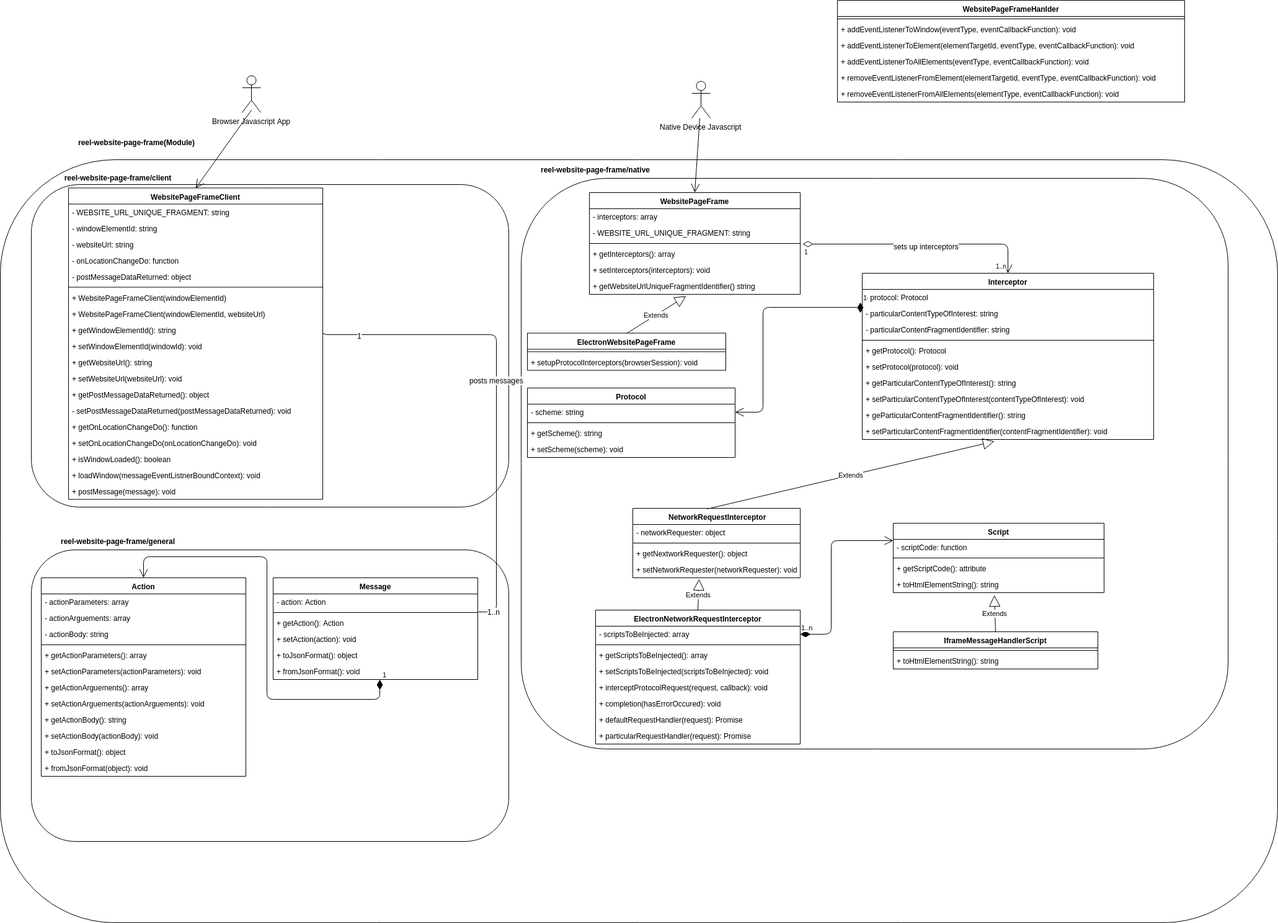
Earlier version of the draw.io export design-documents/WebsitePageFrameDesignDiagram.png (RyanMolyneux/WebsitePageFrame). Source tidied: cells renumbered, new cells last; positions are measured from the earlier drawing's top-left corner, leaving out a move shared by most shapes.
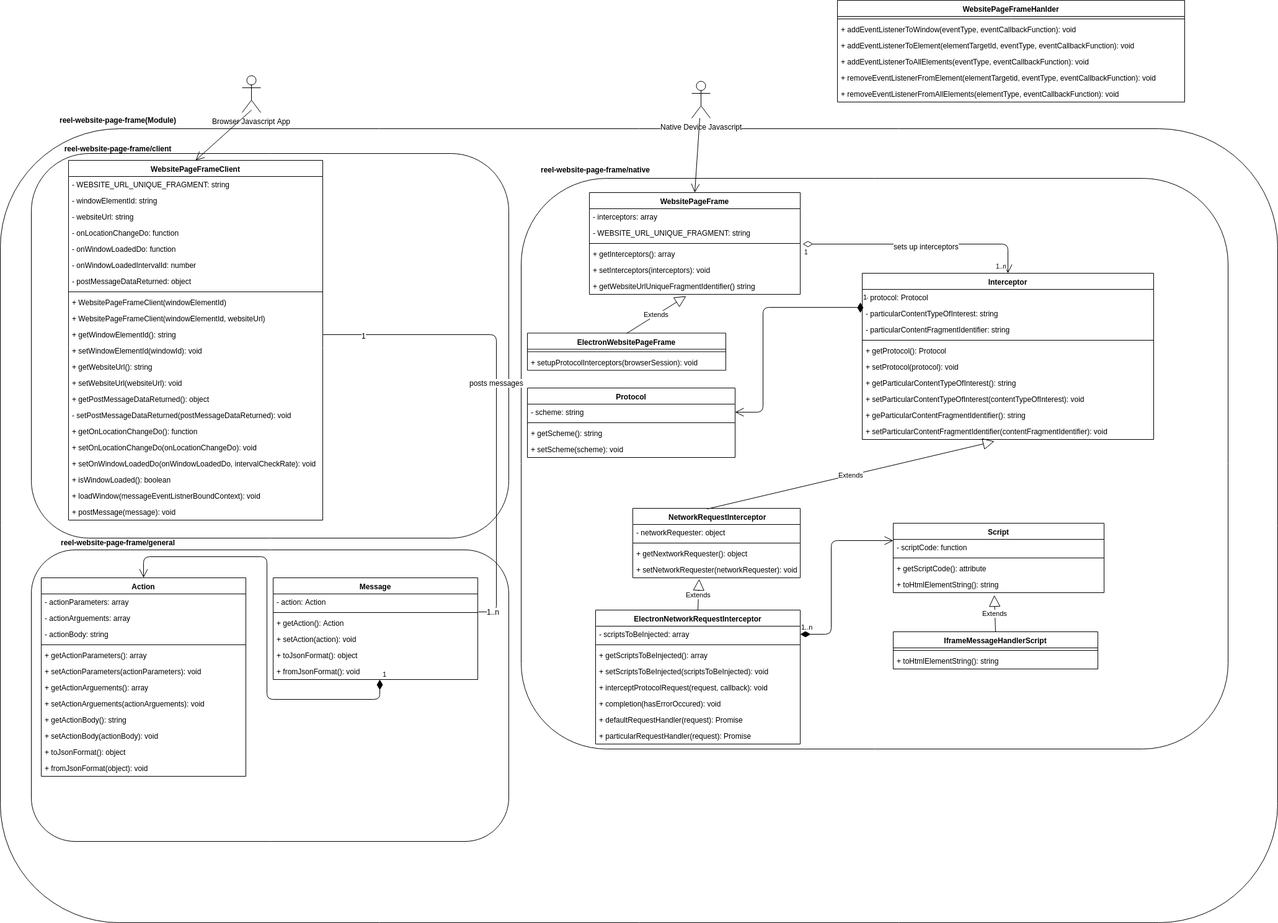
Above is the later version.

Change to the diagram source:
```diff
@@ -3,7 +3,7 @@
     <mxCell id="0" />
     <mxCell id="1" parent="0" />
     <mxCell id="2" style="rounded=1;whiteSpace=wrap;html=1;" parent="1" vertex="1">
-      <mxGeometry y="257" width="2060" height="1230" as="geometry" />
+      <mxGeometry y="207" width="2060" height="1280" as="geometry" />
     </mxCell>
     <mxCell id="3" style="rounded=1;whiteSpace=wrap;html=1;" parent="1" vertex="1">
       <mxGeometry x="50" y="886" width="770" height="470" as="geometry" />
@@ -12,10 +12,10 @@
       <mxGeometry x="840" y="287" width="1140" height="920" as="geometry" />
     </mxCell>
     <mxCell id="5" style="rounded=1;whiteSpace=wrap;html=1;" parent="1" vertex="1">
-      <mxGeometry x="50" y="297" width="770" height="520" as="geometry" />
+      <mxGeometry x="50" y="247" width="770" height="620" as="geometry" />
     </mxCell>
     <mxCell id="6" value="WebsitePageFrameClient" style="swimlane;fontStyle=1;align=center;verticalAlign=top;horizontal=1;startSize=26;" parent="1" vertex="1">
-      <mxGeometry x="110" y="302.5" width="410" height="502" as="geometry" />
+      <mxGeometry x="110" y="258" width="410" height="580" as="geometry" />
     </mxCell>
     <mxCell id="7" value="- WEBSITE_URL_UNIQUE_FRAGMENT: string" style="text;strokeColor=none;fillColor=none;align=left;verticalAlign=top;spacingLeft=4;spacingRight=4;overflow=hidden;" parent="6" vertex="1">
       <mxGeometry y="26" width="410" height="26" as="geometry" />
@@ -29,50 +29,59 @@
     <mxCell id="10" value="- onLocationChangeDo: function" style="text;strokeColor=none;fillColor=none;align=left;verticalAlign=top;spacingLeft=4;spacingRight=4;overflow=hidden;" parent="6" vertex="1">
       <mxGeometry y="104" width="410" height="26" as="geometry" />
     </mxCell>
+    <mxCell id="124" value="- onWindowLoadedDo: function" style="text;strokeColor=none;fillColor=none;align=left;verticalAlign=top;spacingLeft=4;spacingRight=4;overflow=hidden;" parent="6" vertex="1">
+      <mxGeometry y="130" width="410" height="26" as="geometry" />
+    </mxCell>
+    <mxCell id="125" value="- onWindowLoadedIntervalId: number" style="text;strokeColor=none;fillColor=none;align=left;verticalAlign=top;spacingLeft=4;spacingRight=4;overflow=hidden;" parent="6" vertex="1">
+      <mxGeometry y="156" width="410" height="26" as="geometry" />
+    </mxCell>
     <mxCell id="11" value="- postMessageDataReturned: object" style="text;strokeColor=none;fillColor=none;align=left;verticalAlign=top;spacingLeft=4;spacingRight=4;overflow=hidden;" parent="6" vertex="1">
-      <mxGeometry y="130" width="410" height="26" as="geometry" />
+      <mxGeometry y="182" width="410" height="26" as="geometry" />
     </mxCell>
     <mxCell id="12" style="line;strokeWidth=1;fillColor=none;align=left;verticalAlign=middle;spacingTop=-1;spacingLeft=3;spacingRight=3;labelPosition=right;" parent="6" vertex="1">
-      <mxGeometry y="156" width="410" height="8" as="geometry" />
+      <mxGeometry y="208" width="410" height="8" as="geometry" />
     </mxCell>
     <mxCell id="13" value="+ WebsitePageFrameClient(windowElementId)" style="text;strokeColor=none;fillColor=none;align=left;verticalAlign=top;spacingLeft=4;spacingRight=4;overflow=hidden;" parent="6" vertex="1">
-      <mxGeometry y="164" width="410" height="26" as="geometry" />
+      <mxGeometry y="216" width="410" height="26" as="geometry" />
     </mxCell>
     <mxCell id="14" value="+ WebsitePageFrameClient(windowElementId, websiteUrl)" style="text;strokeColor=none;fillColor=none;align=left;verticalAlign=top;spacingLeft=4;spacingRight=4;overflow=hidden;" parent="6" vertex="1">
-      <mxGeometry y="190" width="410" height="26" as="geometry" />
+      <mxGeometry y="242" width="410" height="26" as="geometry" />
     </mxCell>
     <mxCell id="15" value="+ getWindowElementId(): string" style="text;strokeColor=none;fillColor=none;align=left;verticalAlign=top;spacingLeft=4;spacingRight=4;overflow=hidden;points=[[0,0.5],[1,0.5]];portConstraint=eastwest;" parent="6" vertex="1">
-      <mxGeometry y="216" width="410" height="26" as="geometry" />
+      <mxGeometry y="268" width="410" height="26" as="geometry" />
     </mxCell>
     <mxCell id="16" value="+ setWindowElementId(windowId): void" style="text;strokeColor=none;fillColor=none;align=left;verticalAlign=top;spacingLeft=4;spacingRight=4;overflow=hidden;" parent="6" vertex="1">
-      <mxGeometry y="242" width="410" height="26" as="geometry" />
+      <mxGeometry y="294" width="410" height="26" as="geometry" />
     </mxCell>
     <mxCell id="17" value="+ getWebsiteUrl(): string" style="text;strokeColor=none;fillColor=none;align=left;verticalAlign=top;spacingLeft=4;spacingRight=4;overflow=hidden;" parent="6" vertex="1">
-      <mxGeometry y="268" width="410" height="26" as="geometry" />
+      <mxGeometry y="320" width="410" height="26" as="geometry" />
     </mxCell>
     <mxCell id="18" value="+ setWebsiteUrl(websiteUrl): void" style="text;strokeColor=none;fillColor=none;align=left;verticalAlign=top;spacingLeft=4;spacingRight=4;overflow=hidden;" parent="6" vertex="1">
-      <mxGeometry y="294" width="410" height="26" as="geometry" />
+      <mxGeometry y="346" width="410" height="26" as="geometry" />
     </mxCell>
     <mxCell id="19" value="+ getPostMessageDataReturned(): object" style="text;strokeColor=none;fillColor=none;align=left;verticalAlign=top;spacingLeft=4;spacingRight=4;overflow=hidden;" parent="6" vertex="1">
-      <mxGeometry y="320" width="410" height="26" as="geometry" />
+      <mxGeometry y="372" width="410" height="26" as="geometry" />
     </mxCell>
     <mxCell id="20" value="- setPostMessageDataReturned(postMessageDataReturned): void" style="text;strokeColor=none;fillColor=none;align=left;verticalAlign=top;spacingLeft=4;spacingRight=4;overflow=hidden;" parent="6" vertex="1">
-      <mxGeometry y="346" width="410" height="26" as="geometry" />
+      <mxGeometry y="398" width="410" height="26" as="geometry" />
     </mxCell>
     <mxCell id="21" value="+ getOnLocationChangeDo(): function" style="text;strokeColor=none;fillColor=none;align=left;verticalAlign=top;spacingLeft=4;spacingRight=4;overflow=hidden;" parent="6" vertex="1">
-      <mxGeometry y="372" width="410" height="26" as="geometry" />
+      <mxGeometry y="424" width="410" height="26" as="geometry" />
     </mxCell>
     <mxCell id="22" value="+ setOnLocationChangeDo(onLocationChangeDo): void" style="text;strokeColor=none;fillColor=none;align=left;verticalAlign=top;spacingLeft=4;spacingRight=4;overflow=hidden;" parent="6" vertex="1">
-      <mxGeometry y="398" width="410" height="26" as="geometry" />
+      <mxGeometry y="450" width="410" height="26" as="geometry" />
     </mxCell>
+    <mxCell id="126" value="+ setOnWindowLoadedDo(onWindowLoadedDo, intervalCheckRate): void" style="text;strokeColor=none;fillColor=none;align=left;verticalAlign=top;spacingLeft=4;spacingRight=4;overflow=hidden;" parent="6" vertex="1">
+      <mxGeometry y="476" width="410" height="26" as="geometry" />
+    </mxCell>
     <mxCell id="23" value="+ isWindowLoaded(): boolean" style="text;strokeColor=none;fillColor=none;align=left;verticalAlign=top;spacingLeft=4;spacingRight=4;overflow=hidden;" parent="6" vertex="1">
-      <mxGeometry y="424" width="410" height="26" as="geometry" />
+      <mxGeometry y="502" width="410" height="26" as="geometry" />
     </mxCell>
     <mxCell id="24" value="+ loadWindow(messageEventListnerBoundContext): void" style="text;strokeColor=none;fillColor=none;align=left;verticalAlign=top;spacingLeft=4;spacingRight=4;overflow=hidden;" parent="6" vertex="1">
-      <mxGeometry y="450" width="410" height="26" as="geometry" />
+      <mxGeometry y="528" width="410" height="26" as="geometry" />
     </mxCell>
     <mxCell id="25" value="+ postMessage(message): void" style="text;strokeColor=none;fillColor=none;align=left;verticalAlign=top;spacingLeft=4;spacingRight=4;overflow=hidden;" parent="6" vertex="1">
-      <mxGeometry y="476" width="410" height="26" as="geometry" />
+      <mxGeometry y="554" width="410" height="26" as="geometry" />
     </mxCell>
     <mxCell id="26" value="WebsitePageFrameHanlder" style="swimlane;fontStyle=1;align=center;verticalAlign=top;horizontal=1;startSize=26;" parent="1" vertex="1">
       <mxGeometry x="1350" width="560" height="164" as="geometry" />
@@ -386,13 +395,13 @@
       </mxGeometry>
     </mxCell>
     <mxCell id="119" value="reel-website-page-frame/general" style="text;align=center;fontStyle=1;verticalAlign=middle;spacingLeft=3;spacingRight=3;strokeColor=none;" parent="1" vertex="1">
-      <mxGeometry x="90" y="860" width="200" height="26" as="geometry" />
+      <mxGeometry x="90" y="862" width="200" height="26" as="geometry" />
     </mxCell>
     <mxCell id="120" value="reel-website-page-frame/client" style="text;align=center;fontStyle=1;verticalAlign=middle;spacingLeft=3;spacingRight=3;strokeColor=none;" parent="1" vertex="1">
-      <mxGeometry x="150" y="274" width="80" height="26" as="geometry" />
+      <mxGeometry x="150" y="227" width="80" height="26" as="geometry" />
     </mxCell>
     <mxCell id="121" value="reel-website-page-frame(Module)" style="text;align=center;fontStyle=1;verticalAlign=middle;spacingLeft=3;spacingRight=3;strokeColor=none;" parent="1" vertex="1">
-      <mxGeometry x="110" y="217" width="220" height="26" as="geometry" />
+      <mxGeometry x="80" y="181" width="220" height="26" as="geometry" />
     </mxCell>
     <mxCell id="122" value="reel-website-page-frame/native" style="text;align=center;fontStyle=1;verticalAlign=middle;spacingLeft=3;spacingRight=3;strokeColor=none;" parent="1" vertex="1">
       <mxGeometry x="920" y="261" width="80" height="26" as="geometry" />
```
